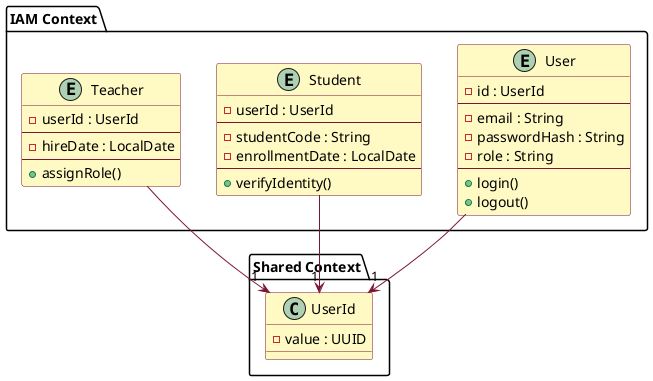
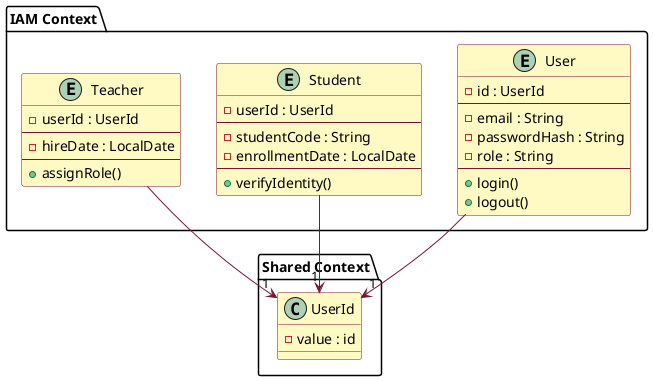
@startuml classDiagram

skinparam class {
  BackgroundColor #FFF9C4
  BorderColor #7A1631
  StereotypeFontColor #2E7D32
}
skinparam Arrow {
  Color #7A1631
}

package "Shared Context" {
    class "UserId" {
-         -value : UUID
+         -value : id
    }
}

package "IAM Context" {
    entity "User" {
        -id : UserId
        --
        -email : String
        -passwordHash : String
        -role : String
        --
        +login()
        +logout()
    }

    entity "Student" {
        -userId : UserId
        --
        -studentCode : String
        -enrollmentDate : LocalDate
        --
        +verifyIdentity()
    }

    entity "Teacher" {
        -userId : UserId
        --
        -hireDate : LocalDate
        --
        +assignRole()
    }
}

User --> "1" UserId
Student --> "1" UserId
Teacher --> "1" UserId
@enduml